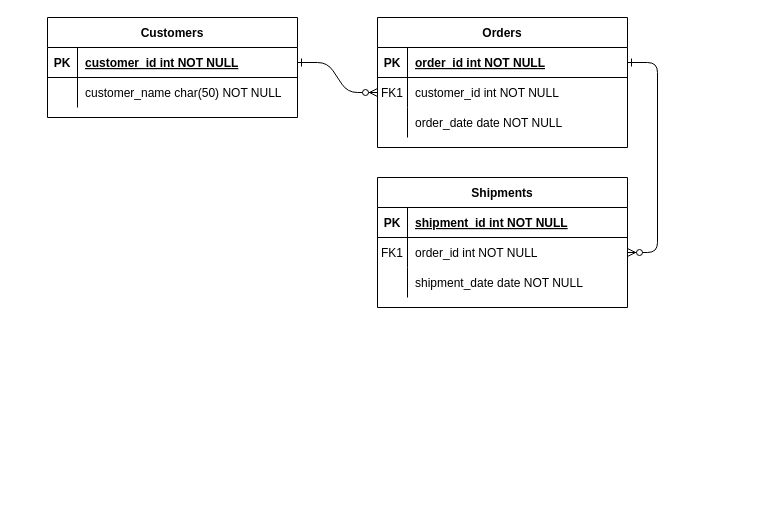
This is documentation/Untitled Diagram.drawio from 4BitsInANibble/4Bits, a draw.io file, before an edit. Source tidied: cells renumbered, new cells numbered last; positions are measured from the earlier drawing's top-left corner, leaving out a move shared by most shapes. Both pictures are drawn from the tidied source at 100%, with x=0, y=0 at pixel (47, 17).
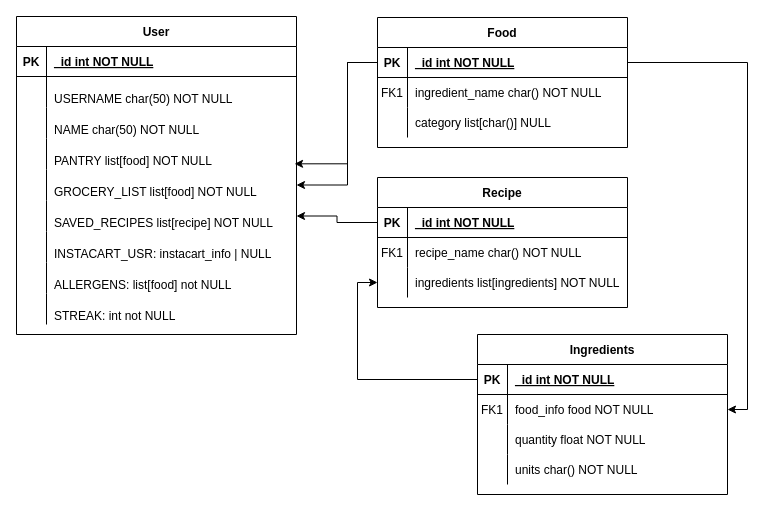
After the change.

Commit message:
ERD Diagram

Unchanged cells that the change refers to:
```xml
<mxCell id="5" style="shape=partialRectangle;fillColor=none;points=[[0,0.5],[1,0.5]];portConstraint=eastwest;top=0;left=0;right=0;bottom=1;" parent="4" vertex="1">
  <mxGeometry y="30" width="250" height="30" as="geometry" />
</mxCell>
<mxCell id="8" style="shape=partialRectangle;fillColor=none;points=[[0,0.5],[1,0.5]];portConstraint=eastwest;top=0;left=0;right=0;bottom=0;" parent="4" vertex="1">
  <mxGeometry y="60" width="250" height="30" as="geometry" />
</mxCell>
<mxCell id="11" style="shape=partialRectangle;fillColor=none;top=0;left=0;right=0;bottom=0;" parent="4" vertex="1">
  <mxGeometry y="90" width="250" height="30" as="geometry" />
</mxCell>
<mxCell id="15" style="shape=partialRectangle;fillColor=none;points=[[0,0.5],[1,0.5]];portConstraint=eastwest;top=0;left=0;right=0;bottom=1;" parent="14" vertex="1">
  <mxGeometry y="30" width="250" height="30" as="geometry" />
</mxCell>
<mxCell id="18" style="shape=partialRectangle;fillColor=none;points=[[0,0.5],[1,0.5]];portConstraint=eastwest;top=0;left=0;right=0;bottom=0;" parent="14" vertex="1">
  <mxGeometry y="60" width="250" height="30" as="geometry" />
</mxCell>
<mxCell id="21" style="shape=partialRectangle;fillColor=none;points=[[0,0.5],[1,0.5]];portConstraint=eastwest;top=0;left=0;right=0;bottom=0;" parent="14" vertex="1">
  <mxGeometry y="90" width="250" height="30" as="geometry" />
</mxCell>
```

Diff of the diagram source:
```diff
@@
-    <mxCell id="2" style="edgeStyle=entityRelationEdgeStyle;endArrow=ERzeroToMany;startArrow=ERone;endFill=1;startFill=0;" parent="1" edge="1" source="25" target="8">
-      <mxGeometry relative="1" as="geometry" />
-    </mxCell>
-    <mxCell id="3" style="edgeStyle=entityRelationEdgeStyle;endArrow=ERzeroToMany;startArrow=ERone;endFill=1;startFill=0;" parent="1" edge="1" source="5" target="18">
-      <mxGeometry relative="1" as="geometry" />
-    </mxCell>
-    <mxCell id="4" value="Orders" style="shape=table;startSize=30;childLayout=tableLayout;rowLines=0;fontStyle=1;align=center;" parent="1" vertex="1">
+    <mxCell id="4" value="Food" style="shape=table;startSize=30;childLayout=tableLayout;rowLines=0;fontStyle=1;align=center;" parent="1" vertex="1">
       <mxGeometry x="330" width="250" height="130" as="geometry" />
     </mxCell>
@@
-    <mxCell id="7" value="order_id int NOT NULL " style="shape=partialRectangle;overflow=hidden;fillColor=none;top=0;left=0;bottom=0;right=0;align=left;spacingLeft=6;fontStyle=5;" parent="5" vertex="1">
+    <mxCell id="7" value="_id int NOT NULL " style="shape=partialRectangle;overflow=hidden;fillColor=none;top=0;left=0;bottom=0;right=0;align=left;spacingLeft=6;fontStyle=5;" parent="5" vertex="1">
       <mxGeometry x="30" width="220" height="30" as="geometry" />
     </mxCell>
@@
-    <mxCell id="10" value="customer_id int NOT NULL" style="shape=partialRectangle;overflow=hidden;fillColor=none;top=0;left=0;bottom=0;right=0;align=left;spacingLeft=6;" parent="8" vertex="1">
+    <mxCell id="10" value="ingredient_name char() NOT NULL" style="shape=partialRectangle;overflow=hidden;fillColor=none;top=0;left=0;bottom=0;right=0;align=left;spacingLeft=6;" parent="8" vertex="1">
       <mxGeometry x="30" width="220" height="30" as="geometry" />
     </mxCell>
@@
-    <mxCell id="13" value="order_date date NOT NULL" style="shape=partialRectangle;overflow=hidden;fillColor=none;top=0;left=0;bottom=0;right=0;align=left;spacingLeft=6;" parent="11" vertex="1">
+    <mxCell id="13" value="category list[char()] NULL" style="shape=partialRectangle;overflow=hidden;fillColor=none;top=0;left=0;bottom=0;right=0;align=left;spacingLeft=6;" parent="11" vertex="1">
       <mxGeometry x="30" width="220" height="30" as="geometry" />
     </mxCell>
-    <mxCell id="14" value="Shipments" style="shape=table;startSize=30;childLayout=tableLayout;rowLines=0;fontStyle=1;align=center;" parent="1" vertex="1">
+    <mxCell id="14" value="Recipe" style="shape=table;startSize=30;childLayout=tableLayout;rowLines=0;fontStyle=1;align=center;" parent="1" vertex="1">
       <mxGeometry x="330" y="160" width="250" height="130" as="geometry" />
     </mxCell>
@@
-    <mxCell id="17" value="shipment_id int NOT NULL " style="shape=partialRectangle;overflow=hidden;fillColor=none;top=0;left=0;bottom=0;right=0;align=left;spacingLeft=6;fontStyle=5;" parent="15" vertex="1">
+    <mxCell id="17" value="_id int NOT NULL " style="shape=partialRectangle;overflow=hidden;fillColor=none;top=0;left=0;bottom=0;right=0;align=left;spacingLeft=6;fontStyle=5;" parent="15" vertex="1">
       <mxGeometry x="30" width="220" height="30" as="geometry" />
     </mxCell>
@@
-    <mxCell id="20" value="order_id int NOT NULL" style="shape=partialRectangle;overflow=hidden;fillColor=none;top=0;left=0;bottom=0;right=0;align=left;spacingLeft=6;" parent="18" vertex="1">
+    <mxCell id="20" value="recipe_name char() NOT NULL" style="shape=partialRectangle;overflow=hidden;fillColor=none;top=0;left=0;bottom=0;right=0;align=left;spacingLeft=6;" parent="18" vertex="1">
       <mxGeometry x="30" width="220" height="30" as="geometry" />
     </mxCell>
@@
-    <mxCell id="23" value="shipment_date date NOT NULL" style="shape=partialRectangle;overflow=hidden;fillColor=none;top=0;left=0;bottom=0;right=0;align=left;spacingLeft=6;" parent="21" vertex="1">
+    <mxCell id="23" value="ingredients list[ingredients] NOT NULL" style="shape=partialRectangle;overflow=hidden;fillColor=none;top=0;left=0;bottom=0;right=0;align=left;spacingLeft=6;" parent="21" vertex="1">
       <mxGeometry x="30" width="220" height="30" as="geometry" />
     </mxCell>
-    <mxCell id="24" value="Customers" style="shape=table;startSize=30;childLayout=tableLayout;rowLines=0;fontStyle=1;align=center;" parent="1" vertex="1">
-      <mxGeometry width="250" height="100" as="geometry" />
+    <mxCell id="24" value="User" style="shape=table;startSize=30;childLayout=tableLayout;rowLines=0;fontStyle=1;align=center;" parent="1" vertex="1">
+      <mxGeometry x="-31" y="-1" width="280" height="318" as="geometry" />
     </mxCell>
     <mxCell id="25" style="shape=partialRectangle;fillColor=none;points=[[0,0.5],[1,0.5]];portConstraint=eastwest;top=0;left=0;right=0;bottom=1;" parent="24" vertex="1">
-      <mxGeometry y="30" width="250" height="30" as="geometry" />
+      <mxGeometry y="30" width="280" height="30" as="geometry" />
     </mxCell>
@@
-    <mxCell id="27" value="customer_id int NOT NULL " style="shape=partialRectangle;overflow=hidden;fillColor=none;top=0;left=0;bottom=0;right=0;align=left;spacingLeft=6;fontStyle=5;" parent="25" vertex="1">
-      <mxGeometry x="30" width="220" height="30" as="geometry" />
+    <mxCell id="27" value="_id int NOT NULL " style="shape=partialRectangle;overflow=hidden;fillColor=none;top=0;left=0;bottom=0;right=0;align=left;spacingLeft=6;fontStyle=5;" parent="25" vertex="1">
+      <mxGeometry x="30" width="250" height="30" as="geometry" />
     </mxCell>
     <mxCell id="28" style="shape=partialRectangle;fillColor=none;top=0;left=0;right=0;bottom=0;" parent="24" vertex="1">
-      <mxGeometry y="60" width="250" height="30" as="geometry" />
+      <mxGeometry y="60" width="280" height="31" as="geometry" />
     </mxCell>
     <mxCell id="29" style="shape=partialRectangle;overflow=hidden;fillColor=none;top=0;left=0;bottom=0;right=0;" parent="28" vertex="1">
-      <mxGeometry width="30" height="30" as="geometry" />
+      <mxGeometry width="30" height="31" as="geometry" />
     </mxCell>
-    <mxCell id="30" value="customer_name char(50) NOT NULL" style="shape=partialRectangle;overflow=hidden;fillColor=none;top=0;left=0;bottom=0;right=0;align=left;spacingLeft=6;" parent="28" vertex="1">
-      <mxGeometry x="30" width="220" height="30" as="geometry" />
+    <mxCell id="30" value="&#10;USERNAME char(50) NOT NULL&#10;" style="shape=partialRectangle;overflow=hidden;fillColor=none;top=0;left=0;bottom=0;right=0;align=left;spacingLeft=6;" parent="28" vertex="1">
+      <mxGeometry x="30" width="250" height="31" as="geometry" />
     </mxCell>
+    <mxCell id="31" style="shape=partialRectangle;fillColor=none;top=0;left=0;right=0;bottom=0;" parent="24" vertex="1">
+      <mxGeometry y="91" width="280" height="31" as="geometry" />
+    </mxCell>
+    <mxCell id="32" style="shape=partialRectangle;overflow=hidden;fillColor=none;top=0;left=0;bottom=0;right=0;" parent="31" vertex="1">
+      <mxGeometry width="30" height="31" as="geometry" />
+    </mxCell>
+    <mxCell id="33" value="&#10;NAME char(50) NOT NULL&#10;" style="shape=partialRectangle;overflow=hidden;fillColor=none;top=0;left=0;bottom=0;right=0;align=left;spacingLeft=6;" parent="31" vertex="1">
+      <mxGeometry x="30" width="250" height="31" as="geometry" />
+    </mxCell>
+    <mxCell id="34" style="shape=partialRectangle;fillColor=none;top=0;left=0;right=0;bottom=0;" parent="24" vertex="1">
+      <mxGeometry y="122" width="280" height="31" as="geometry" />
+    </mxCell>
+    <mxCell id="35" style="shape=partialRectangle;overflow=hidden;fillColor=none;top=0;left=0;bottom=0;right=0;" parent="34" vertex="1">
+      <mxGeometry width="30" height="31" as="geometry" />
+    </mxCell>
+    <mxCell id="36" value="&#10;PANTRY list[food] NOT NULL&#10;" style="shape=partialRectangle;overflow=hidden;fillColor=none;top=0;left=0;bottom=0;right=0;align=left;spacingLeft=6;" parent="34" vertex="1">
+      <mxGeometry x="30" width="250" height="31" as="geometry" />
+    </mxCell>
+    <mxCell id="37" style="shape=partialRectangle;fillColor=none;points=[[0,0.5],[1,0.5]];portConstraint=eastwest;top=0;left=0;right=0;bottom=0;" parent="24" vertex="1">
+      <mxGeometry y="153" width="280" height="31" as="geometry" />
+    </mxCell>
+    <mxCell id="38" style="shape=partialRectangle;overflow=hidden;fillColor=none;top=0;left=0;bottom=0;right=0;" parent="37" vertex="1">
+      <mxGeometry width="30" height="31" as="geometry" />
+    </mxCell>
+    <mxCell id="39" value="&#10;GROCERY_LIST list[food] NOT NULL&#10;" style="shape=partialRectangle;overflow=hidden;fillColor=none;top=0;left=0;bottom=0;right=0;align=left;spacingLeft=6;" parent="37" vertex="1">
+      <mxGeometry x="30" width="250" height="31" as="geometry" />
+    </mxCell>
+    <mxCell id="40" style="shape=partialRectangle;fillColor=none;points=[[0,0.5],[1,0.5]];portConstraint=eastwest;top=0;left=0;right=0;bottom=0;" parent="24" vertex="1">
+      <mxGeometry y="184" width="280" height="31" as="geometry" />
+    </mxCell>
+    <mxCell id="41" style="shape=partialRectangle;overflow=hidden;fillColor=none;top=0;left=0;bottom=0;right=0;" parent="40" vertex="1">
+      <mxGeometry width="30" height="31" as="geometry" />
+    </mxCell>
+    <mxCell id="42" value="&#10;SAVED_RECIPES list[recipe] NOT NULL&#10;" style="shape=partialRectangle;overflow=hidden;fillColor=none;top=0;left=0;bottom=0;right=0;align=left;spacingLeft=6;" parent="40" vertex="1">
+      <mxGeometry x="30" width="250" height="31" as="geometry" />
+    </mxCell>
+    <mxCell id="43" style="shape=partialRectangle;fillColor=none;top=0;left=0;right=0;bottom=0;" parent="24" vertex="1">
+      <mxGeometry y="215" width="280" height="31" as="geometry" />
+    </mxCell>
+    <mxCell id="44" style="shape=partialRectangle;overflow=hidden;fillColor=none;top=0;left=0;bottom=0;right=0;" parent="43" vertex="1">
+      <mxGeometry width="30" height="31" as="geometry" />
+    </mxCell>
+    <mxCell id="45" value="&#10;INSTACART_USR: instacart_info | NULL&#10;" style="shape=partialRectangle;overflow=hidden;fillColor=none;top=0;left=0;bottom=0;right=0;align=left;spacingLeft=6;" parent="43" vertex="1">
+      <mxGeometry x="30" width="250" height="31" as="geometry" />
+    </mxCell>
+    <mxCell id="46" style="shape=partialRectangle;fillColor=none;top=0;left=0;right=0;bottom=0;" parent="24" vertex="1">
+      <mxGeometry y="246" width="280" height="31" as="geometry" />
+    </mxCell>
+    <mxCell id="47" style="shape=partialRectangle;overflow=hidden;fillColor=none;top=0;left=0;bottom=0;right=0;" parent="46" vertex="1">
+      <mxGeometry width="30" height="31" as="geometry" />
+    </mxCell>
+    <mxCell id="48" value="&#10;ALLERGENS: list[food] not NULL&#10;" style="shape=partialRectangle;overflow=hidden;fillColor=none;top=0;left=0;bottom=0;right=0;align=left;spacingLeft=6;" parent="46" vertex="1">
+      <mxGeometry x="30" width="250" height="31" as="geometry" />
+    </mxCell>
+    <mxCell id="49" style="shape=partialRectangle;fillColor=none;top=0;left=0;right=0;bottom=0;" parent="24" vertex="1">
+      <mxGeometry y="277" width="280" height="31" as="geometry" />
+    </mxCell>
+    <mxCell id="50" style="shape=partialRectangle;overflow=hidden;fillColor=none;top=0;left=0;bottom=0;right=0;" parent="49" vertex="1">
+      <mxGeometry width="30" height="31" as="geometry" />
+    </mxCell>
+    <mxCell id="51" value="&#10;STREAK: int not NULL&#10;" style="shape=partialRectangle;overflow=hidden;fillColor=none;top=0;left=0;bottom=0;right=0;align=left;spacingLeft=6;" parent="49" vertex="1">
+      <mxGeometry x="30" width="250" height="31" as="geometry" />
+    </mxCell>
+    <mxCell id="52" value="Ingredients" style="shape=table;startSize=30;childLayout=tableLayout;rowLines=0;fontStyle=1;align=center;" parent="1" vertex="1">
+      <mxGeometry x="430" y="317" width="250" height="160" as="geometry" />
+    </mxCell>
+    <mxCell id="53" style="shape=partialRectangle;fillColor=none;points=[[0,0.5],[1,0.5]];portConstraint=eastwest;top=0;left=0;right=0;bottom=1;" parent="52" vertex="1">
+      <mxGeometry y="30" width="250" height="30" as="geometry" />
+    </mxCell>
+    <mxCell id="54" value="PK" style="shape=partialRectangle;overflow=hidden;fillColor=none;top=0;left=0;bottom=0;right=0;fontStyle=1;" parent="53" vertex="1">
+      <mxGeometry width="30" height="30" as="geometry" />
+    </mxCell>
+    <mxCell id="55" value="_id int NOT NULL " style="shape=partialRectangle;overflow=hidden;fillColor=none;top=0;left=0;bottom=0;right=0;align=left;spacingLeft=6;fontStyle=5;" parent="53" vertex="1">
+      <mxGeometry x="30" width="220" height="30" as="geometry" />
+    </mxCell>
+    <mxCell id="56" style="shape=partialRectangle;fillColor=none;points=[[0,0.5],[1,0.5]];portConstraint=eastwest;top=0;left=0;right=0;bottom=0;" parent="52" vertex="1">
+      <mxGeometry y="60" width="250" height="30" as="geometry" />
+    </mxCell>
+    <mxCell id="57" value="FK1" style="shape=partialRectangle;overflow=hidden;fillColor=none;top=0;left=0;bottom=0;right=0;" parent="56" vertex="1">
+      <mxGeometry width="30" height="30" as="geometry" />
+    </mxCell>
+    <mxCell id="58" value="food_info food NOT NULL" style="shape=partialRectangle;overflow=hidden;fillColor=none;top=0;left=0;bottom=0;right=0;align=left;spacingLeft=6;" parent="56" vertex="1">
+      <mxGeometry x="30" width="220" height="30" as="geometry" />
+    </mxCell>
+    <mxCell id="59" style="shape=partialRectangle;fillColor=none;top=0;left=0;right=0;bottom=0;" parent="52" vertex="1">
+      <mxGeometry y="90" width="250" height="30" as="geometry" />
+    </mxCell>
+    <mxCell id="60" style="shape=partialRectangle;overflow=hidden;fillColor=none;top=0;left=0;bottom=0;right=0;" parent="59" vertex="1">
+      <mxGeometry width="30" height="30" as="geometry" />
+    </mxCell>
+    <mxCell id="61" value="quantity float NOT NULL" style="shape=partialRectangle;overflow=hidden;fillColor=none;top=0;left=0;bottom=0;right=0;align=left;spacingLeft=6;" parent="59" vertex="1">
+      <mxGeometry x="30" width="220" height="30" as="geometry" />
+    </mxCell>
+    <mxCell id="62" style="shape=partialRectangle;fillColor=none;top=0;left=0;right=0;bottom=0;" parent="52" vertex="1">
+      <mxGeometry y="120" width="250" height="30" as="geometry" />
+    </mxCell>
+    <mxCell id="63" style="shape=partialRectangle;overflow=hidden;fillColor=none;top=0;left=0;bottom=0;right=0;" parent="62" vertex="1">
+      <mxGeometry width="30" height="30" as="geometry" />
+    </mxCell>
+    <mxCell id="64" value="units char() NOT NULL" style="shape=partialRectangle;overflow=hidden;fillColor=none;top=0;left=0;bottom=0;right=0;align=left;spacingLeft=6;" parent="62" vertex="1">
+      <mxGeometry x="30" width="220" height="30" as="geometry" />
+    </mxCell>
+    <mxCell id="65" style="edgeStyle=orthogonalEdgeStyle;rounded=0;jettySize=auto;html=1;exitX=0;exitY=0.5;exitDx=0;exitDy=0;entryX=1;entryY=0.5;entryDx=0;entryDy=0;" parent="1" edge="1" source="5" target="37">
+      <mxGeometry relative="1" as="geometry">
+        <Array as="points">
+          <mxPoint x="300" y="45" />
+          <mxPoint x="300" y="168" />
+        </Array>
+      </mxGeometry>
+    </mxCell>
+    <mxCell id="66" style="edgeStyle=orthogonalEdgeStyle;rounded=0;jettySize=auto;html=1;exitX=0;exitY=0.5;exitDx=0;exitDy=0;entryX=1;entryY=0.5;entryDx=0;entryDy=0;" parent="1" edge="1" source="15" target="40">
+      <mxGeometry relative="1" as="geometry" />
+    </mxCell>
+    <mxCell id="67" style="edgeStyle=orthogonalEdgeStyle;rounded=0;jettySize=auto;html=1;exitX=0;exitY=0.5;exitDx=0;exitDy=0;entryX=0.993;entryY=-0.183;entryDx=0;entryDy=0;entryPerimeter=0;" parent="1" edge="1" source="5" target="37">
+      <mxGeometry relative="1" as="geometry">
+        <Array as="points">
+          <mxPoint x="300" y="45" />
+          <mxPoint x="300" y="146" />
+        </Array>
+      </mxGeometry>
+    </mxCell>
+    <mxCell id="68" style="edgeStyle=orthogonalEdgeStyle;rounded=0;jettySize=auto;html=1;exitX=0;exitY=0.5;exitDx=0;exitDy=0;entryX=0;entryY=0.5;entryDx=0;entryDy=0;" parent="1" edge="1" source="53" target="21">
+      <mxGeometry relative="1" as="geometry" />
+    </mxCell>
+    <mxCell id="69" style="edgeStyle=orthogonalEdgeStyle;rounded=0;jettySize=auto;html=1;exitX=1;exitY=0.5;exitDx=0;exitDy=0;entryX=1;entryY=0.5;entryDx=0;entryDy=0;" parent="1" edge="1" source="5" target="56">
+      <mxGeometry relative="1" as="geometry" />
+    </mxCell>
```
